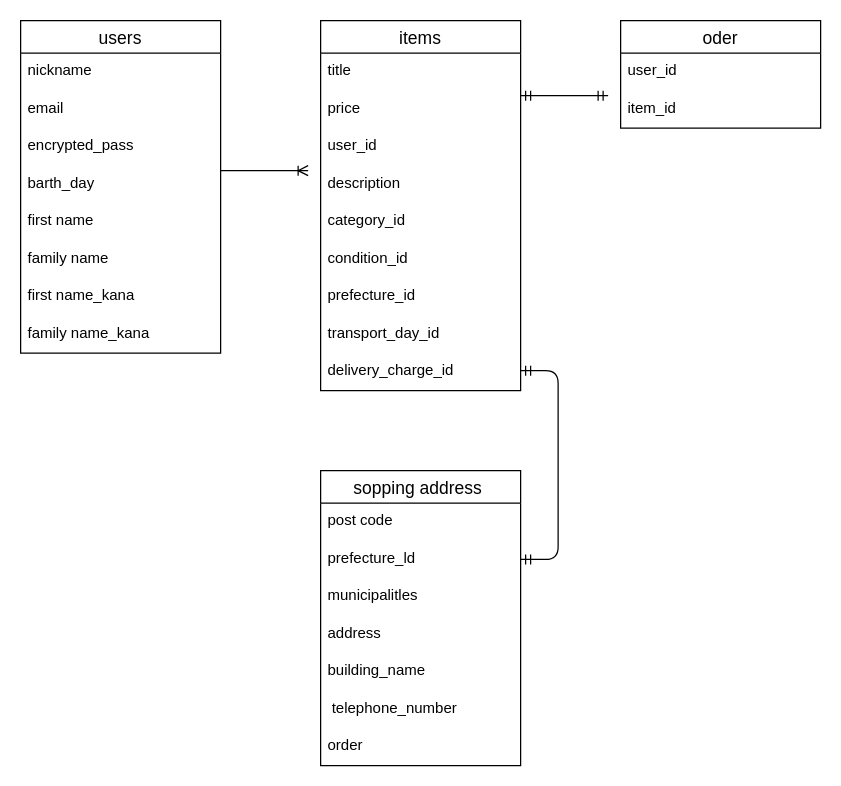
Above: furima_38747.dio in kanchi1996/furima-38747 (draw.io), before the change. Source tidied: cells renumbered, new cells numbered last; positions are measured from the earlier drawing's top-left corner, leaving out a move shared by most shapes. Both pictures are drawn from the tidied source at 125%, with x=0, y=0 at pixel (20, 20).
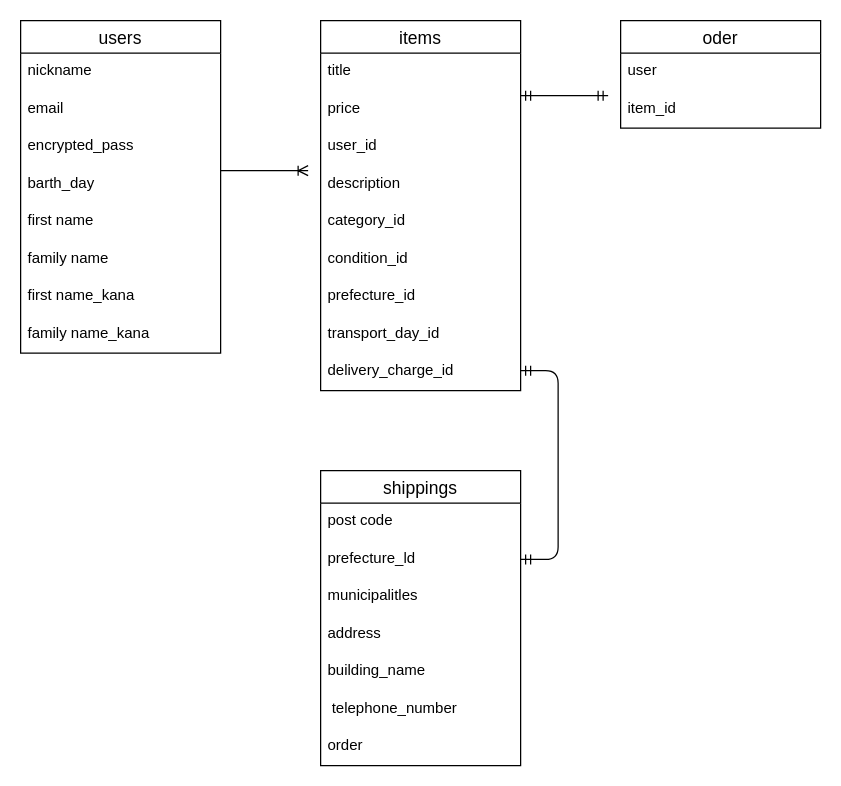
Above is the later version.

Unchanged cells that the change refers to:
```xml
<mxCell id="21" value="oder" style="swimlane;fontStyle=0;horizontal=1;startSize=26;align=center;fontSize=14;" parent="1" vertex="1">
  <mxGeometry x="480" width="160" height="86" as="geometry" />
</mxCell>
```

What changed in the source:
```diff
@@
-    <mxCell id="22" value="user_id" style="text;strokeColor=none;fillColor=none;spacingLeft=4;spacingRight=4;overflow=hidden;fontSize=12;" parent="21" vertex="1">
+    <mxCell id="22" value="user" style="text;strokeColor=none;fillColor=none;spacingLeft=4;spacingRight=4;overflow=hidden;fontSize=12;" parent="21" vertex="1">
       <mxGeometry y="26" width="160" height="30" as="geometry" />
     </mxCell>
@@
-    <mxCell id="24" value="sopping address " style="swimlane;fontStyle=0;horizontal=1;startSize=26;align=center;fontSize=14;" parent="1" vertex="1">
+    <mxCell id="24" value="shippings" style="swimlane;fontStyle=0;horizontal=1;startSize=26;align=center;fontSize=14;" parent="1" vertex="1">
       <mxGeometry x="240" y="360" width="160" height="236" as="geometry" />
     </mxCell>
```
